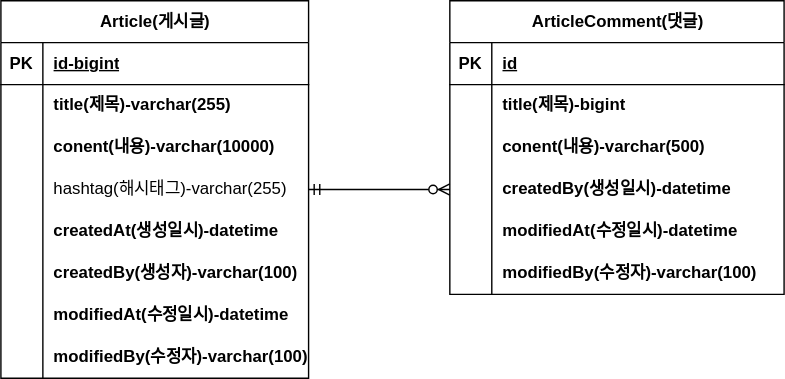
Before: document/project-board-erd.svg, a diagram exported from draw.io (eunyoung329/fastcampus-project-boardnew). Source tidied: cells renumbered, new cells last; positions are measured from the earlier drawing's top-left corner, leaving out a move shared by most shapes.
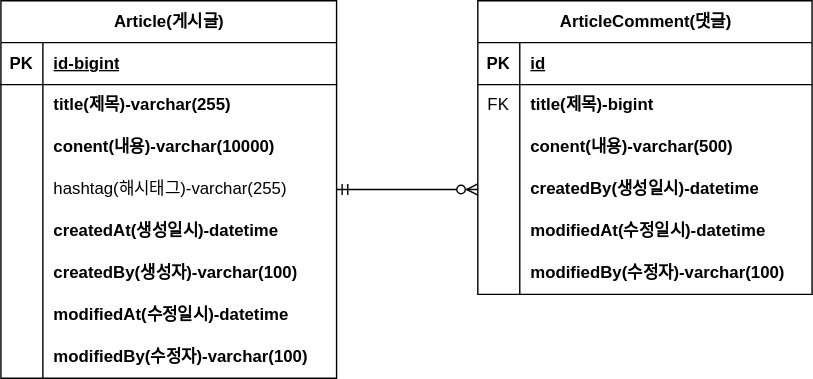
After the change.

Commit message:
#12-erd 업데이트

Diff of the diagram source:
```diff
@@ -3,79 +3,79 @@
     <mxCell id="0" />
     <mxCell id="1" parent="0" />
     <mxCell id="2" value="Article(게시글)" style="shape=table;startSize=30;rowLines=0;fontStyle=1;align=center;html=1;" parent="1" vertex="1">
-      <mxGeometry width="220" height="270" as="geometry" />
+      <mxGeometry x="-20" width="240" height="270" as="geometry" />
     </mxCell>
     <mxCell id="3" style="shape=tableRow;horizontal=0;startSize=0;swimlaneHead=0;swimlaneBody=0;fillColor=none;top=0;left=0;right=0;bottom=1;" parent="2" vertex="1">
-      <mxGeometry y="30" width="220" height="30" as="geometry" />
+      <mxGeometry y="30" width="240" height="30" as="geometry" />
     </mxCell>
     <mxCell id="4" value="PK" style="shape=partialRectangle;fillColor=none;top=0;left=0;bottom=0;right=0;fontStyle=1;overflow=hidden;whiteSpace=wrap;html=1;" parent="3" vertex="1">
       <mxGeometry width="30" height="30" as="geometry" />
     </mxCell>
     <mxCell id="5" value="id-bigint" style="shape=partialRectangle;fillColor=none;top=0;left=0;bottom=0;right=0;align=left;spacingLeft=6;fontStyle=5;overflow=hidden;whiteSpace=wrap;html=1;" parent="3" vertex="1">
-      <mxGeometry x="30" width="190" height="30" as="geometry" />
+      <mxGeometry x="30" width="210" height="30" as="geometry" />
     </mxCell>
     <mxCell id="6" style="shape=tableRow;horizontal=0;startSize=0;swimlaneHead=0;swimlaneBody=0;fillColor=none;top=0;left=0;right=0;bottom=0;" parent="2" vertex="1">
-      <mxGeometry y="60" width="220" height="30" as="geometry" />
+      <mxGeometry y="60" width="240" height="30" as="geometry" />
     </mxCell>
     <mxCell id="7" style="shape=partialRectangle;fillColor=none;top=0;left=0;bottom=0;right=0;overflow=hidden;whiteSpace=wrap;html=1;" parent="6" vertex="1">
       <mxGeometry width="30" height="30" as="geometry" />
     </mxCell>
     <mxCell id="8" value="title(제목)-varchar(255)" style="shape=partialRectangle;fillColor=none;top=0;left=0;bottom=0;right=0;align=left;spacingLeft=6;overflow=hidden;whiteSpace=wrap;html=1;fontStyle=1;" parent="6" vertex="1">
-      <mxGeometry x="30" width="190" height="30" as="geometry" />
+      <mxGeometry x="30" width="210" height="30" as="geometry" />
     </mxCell>
     <mxCell id="9" style="shape=tableRow;horizontal=0;startSize=0;swimlaneHead=0;swimlaneBody=0;fillColor=none;top=0;left=0;right=0;bottom=0;" parent="2" vertex="1">
-      <mxGeometry y="90" width="220" height="30" as="geometry" />
+      <mxGeometry y="90" width="240" height="30" as="geometry" />
     </mxCell>
     <mxCell id="10" style="shape=partialRectangle;fillColor=none;top=0;left=0;bottom=0;right=0;overflow=hidden;whiteSpace=wrap;html=1;" parent="9" vertex="1">
       <mxGeometry width="30" height="30" as="geometry" />
     </mxCell>
     <mxCell id="11" value="conent(내용)-varchar(10000)" style="shape=partialRectangle;fillColor=none;top=0;left=0;bottom=0;right=0;align=left;spacingLeft=6;overflow=hidden;whiteSpace=wrap;html=1;fontStyle=1;" parent="9" vertex="1">
-      <mxGeometry x="30" width="190" height="30" as="geometry" />
+      <mxGeometry x="30" width="210" height="30" as="geometry" />
     </mxCell>
     <mxCell id="12" style="shape=tableRow;horizontal=0;startSize=0;swimlaneHead=0;swimlaneBody=0;fillColor=none;points=[[0,0.5],[1,0.5]];portConstraint=eastwest;top=0;left=0;right=0;bottom=0;" parent="2" vertex="1">
-      <mxGeometry y="120" width="220" height="30" as="geometry" />
+      <mxGeometry y="120" width="240" height="30" as="geometry" />
     </mxCell>
     <mxCell id="13" style="shape=partialRectangle;fillColor=none;top=0;left=0;bottom=0;right=0;overflow=hidden;whiteSpace=wrap;html=1;" parent="12" vertex="1">
       <mxGeometry width="30" height="30" as="geometry" />
     </mxCell>
     <mxCell id="14" value="hashtag(해시태그)-varchar(255)" style="shape=partialRectangle;fillColor=none;top=0;left=0;bottom=0;right=0;align=left;spacingLeft=6;overflow=hidden;whiteSpace=wrap;html=1;" parent="12" vertex="1">
-      <mxGeometry x="30" width="190" height="30" as="geometry" />
+      <mxGeometry x="30" width="210" height="30" as="geometry" />
     </mxCell>
     <mxCell id="15" style="shape=tableRow;horizontal=0;startSize=0;swimlaneHead=0;swimlaneBody=0;fillColor=none;top=0;left=0;right=0;bottom=0;" parent="2" vertex="1">
-      <mxGeometry y="150" width="220" height="30" as="geometry" />
+      <mxGeometry y="150" width="240" height="30" as="geometry" />
     </mxCell>
     <mxCell id="16" style="shape=partialRectangle;fillColor=none;top=0;left=0;bottom=0;right=0;overflow=hidden;whiteSpace=wrap;html=1;" parent="15" vertex="1">
       <mxGeometry width="30" height="30" as="geometry" />
     </mxCell>
     <mxCell id="17" value="createdAt(생성일시)-datetime" style="shape=partialRectangle;fillColor=none;top=0;left=0;bottom=0;right=0;align=left;spacingLeft=6;overflow=hidden;whiteSpace=wrap;html=1;fontStyle=1;" parent="15" vertex="1">
-      <mxGeometry x="30" width="190" height="30" as="geometry" />
+      <mxGeometry x="30" width="210" height="30" as="geometry" />
     </mxCell>
     <mxCell id="18" style="shape=tableRow;horizontal=0;startSize=0;swimlaneHead=0;swimlaneBody=0;fillColor=none;top=0;left=0;right=0;bottom=0;" parent="2" vertex="1">
-      <mxGeometry y="180" width="220" height="30" as="geometry" />
+      <mxGeometry y="180" width="240" height="30" as="geometry" />
     </mxCell>
     <mxCell id="19" style="shape=partialRectangle;fillColor=none;top=0;left=0;bottom=0;right=0;overflow=hidden;whiteSpace=wrap;html=1;" parent="18" vertex="1">
       <mxGeometry width="30" height="30" as="geometry" />
     </mxCell>
     <mxCell id="20" value="createdBy(생성자)-varchar(100)" style="shape=partialRectangle;fillColor=none;top=0;left=0;bottom=0;right=0;align=left;spacingLeft=6;overflow=hidden;whiteSpace=wrap;html=1;fontStyle=1;" parent="18" vertex="1">
-      <mxGeometry x="30" width="190" height="30" as="geometry" />
+      <mxGeometry x="30" width="210" height="30" as="geometry" />
     </mxCell>
     <mxCell id="21" style="shape=tableRow;horizontal=0;startSize=0;swimlaneHead=0;swimlaneBody=0;fillColor=none;top=0;left=0;right=0;bottom=0;" parent="2" vertex="1">
-      <mxGeometry y="210" width="220" height="30" as="geometry" />
+      <mxGeometry y="210" width="240" height="30" as="geometry" />
     </mxCell>
     <mxCell id="22" style="shape=partialRectangle;fillColor=none;top=0;left=0;bottom=0;right=0;overflow=hidden;whiteSpace=wrap;html=1;" parent="21" vertex="1">
       <mxGeometry width="30" height="30" as="geometry" />
     </mxCell>
     <mxCell id="23" value="modifiedAt(수정일시)-datetime" style="shape=partialRectangle;fillColor=none;top=0;left=0;bottom=0;right=0;align=left;spacingLeft=6;overflow=hidden;whiteSpace=wrap;html=1;fontStyle=1;" parent="21" vertex="1">
-      <mxGeometry x="30" width="190" height="30" as="geometry" />
+      <mxGeometry x="30" width="210" height="30" as="geometry" />
     </mxCell>
     <mxCell id="24" style="shape=tableRow;horizontal=0;startSize=0;swimlaneHead=0;swimlaneBody=0;fillColor=none;top=0;left=0;right=0;bottom=0;" parent="2" vertex="1">
-      <mxGeometry y="240" width="220" height="30" as="geometry" />
+      <mxGeometry y="240" width="240" height="30" as="geometry" />
     </mxCell>
     <mxCell id="25" style="shape=partialRectangle;fillColor=none;top=0;left=0;bottom=0;right=0;overflow=hidden;whiteSpace=wrap;html=1;" parent="24" vertex="1">
       <mxGeometry width="30" height="30" as="geometry" />
     </mxCell>
     <mxCell id="26" value="modifiedBy(수정자)-varchar(100)" style="shape=partialRectangle;fillColor=none;top=0;left=0;bottom=0;right=0;align=left;spacingLeft=6;overflow=hidden;whiteSpace=wrap;html=1;fontStyle=1;" parent="24" vertex="1">
-      <mxGeometry x="30" width="190" height="30" as="geometry" />
+      <mxGeometry x="30" width="210" height="30" as="geometry" />
     </mxCell>
     <mxCell id="27" value="ArticleComment(댓글)" style="shape=table;startSize=30;rowLines=0;fontStyle=1;align=center;html=1;" parent="1" vertex="1">
       <mxGeometry x="321" width="239" height="210" as="geometry" />
@@ -92,7 +92,7 @@
     <mxCell id="31" style="shape=tableRow;horizontal=0;startSize=0;swimlaneHead=0;swimlaneBody=0;fillColor=none;top=0;left=0;right=0;bottom=0;" parent="27" vertex="1">
       <mxGeometry y="60" width="239" height="30" as="geometry" />
     </mxCell>
-    <mxCell id="32" style="shape=partialRectangle;fillColor=none;top=0;left=0;bottom=0;right=0;overflow=hidden;whiteSpace=wrap;html=1;" parent="31" vertex="1">
+    <mxCell id="32" value="FK" style="shape=partialRectangle;fillColor=none;top=0;left=0;bottom=0;right=0;overflow=hidden;whiteSpace=wrap;html=1;" parent="31" vertex="1">
       <mxGeometry width="30" height="30" as="geometry" />
     </mxCell>
     <mxCell id="33" value="title(제목)-bigint" style="shape=partialRectangle;fillColor=none;top=0;left=0;bottom=0;right=0;align=left;spacingLeft=6;overflow=hidden;whiteSpace=wrap;html=1;fontStyle=1;" parent="31" vertex="1">
```
